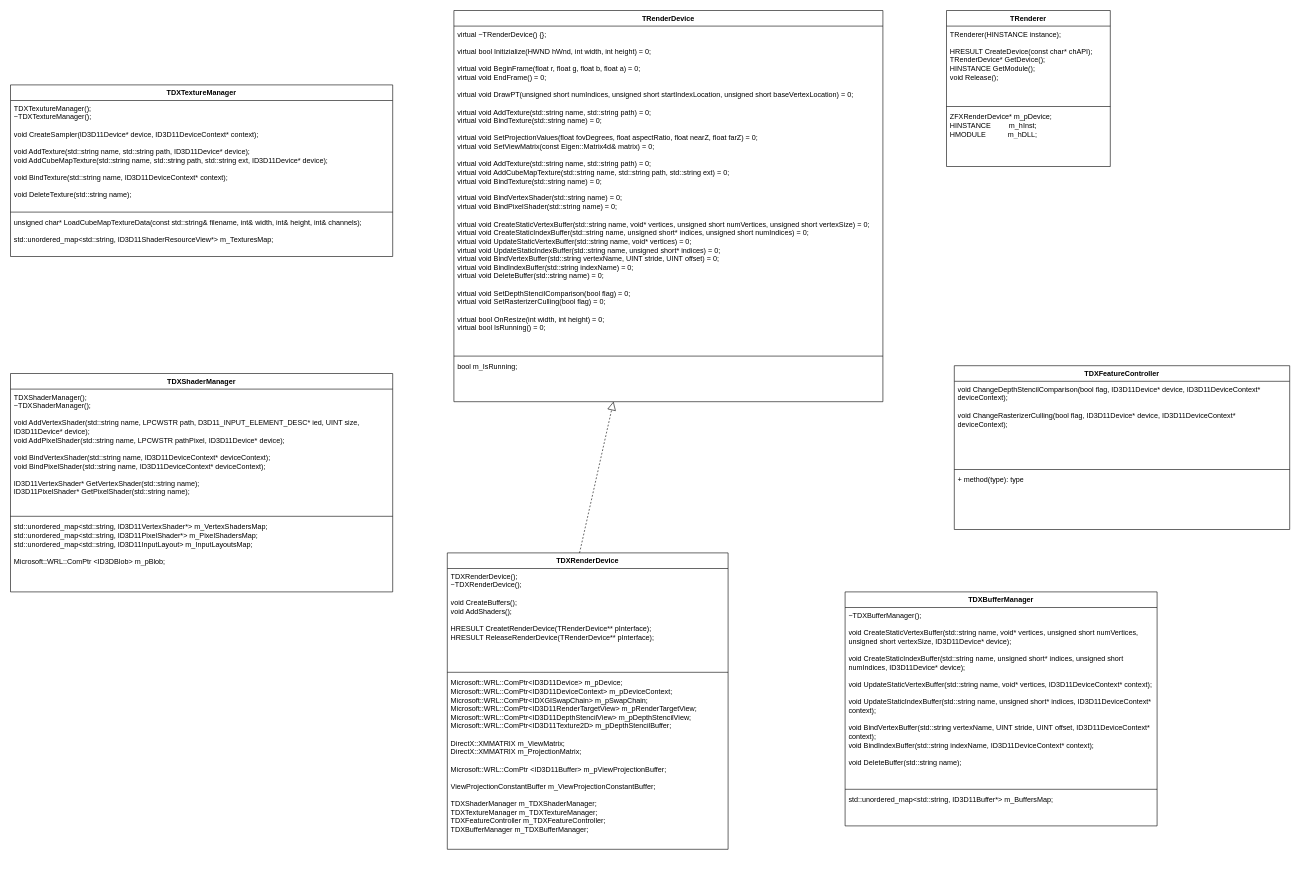
Above: UML/TRenderer.drawio in f1oating/TRender (draw.io), before the change. Source tidied: cells renumbered, new cells numbered last; positions are measured from the earlier drawing's top-left corner, leaving out a move shared by most shapes. Both pictures are drawn from the tidied source at 60%, with x=0, y=0 at pixel (10, 10).
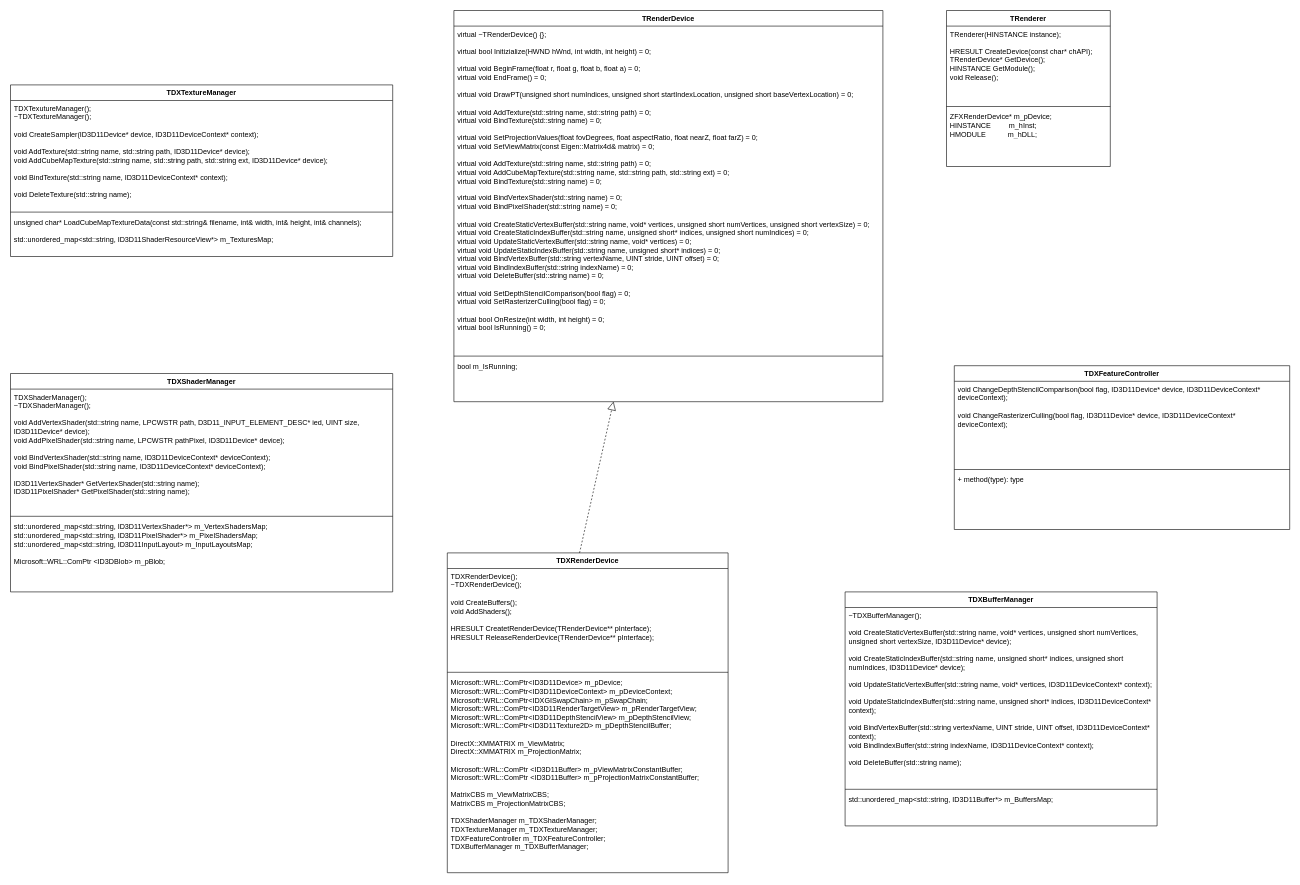
Above is the later version.

Change to the diagram source:
```diff
@@
     <mxCell id="7" value="TDXRenderDevice" style="swimlane;fontStyle=1;align=center;verticalAlign=top;horizontal=1;startSize=26;whiteSpace=wrap;html=1;" parent="1" vertex="1">
-      <mxGeometry x="728" y="904" width="468" height="494" as="geometry" />
+      <mxGeometry x="728" y="904" width="468" height="533" as="geometry" />
     </mxCell>
@@
-    <mxCell id="10" value="&lt;div&gt;Microsoft::WRL::ComPtr&amp;lt;ID3D11Device&amp;gt; m_pDevice; Microsoft::WRL::ComPtr&amp;lt;ID3D11DeviceContext&amp;gt; m_pDeviceContext; Microsoft::WRL::ComPtr&amp;lt;IDXGISwapChain&amp;gt; m_pSwapChain; Microsoft::WRL::ComPtr&amp;lt;ID3D11RenderTargetView&amp;gt; m_pRenderTargetView; Microsoft::WRL::ComPtr&amp;lt;ID3D11DepthStencilView&amp;gt; m_pDepthStencilView; Microsoft::WRL::ComPtr&amp;lt;ID3D11Texture2D&amp;gt; m_pDepthStencilBuffer;&lt;/div&gt;&lt;div&gt;&lt;br&gt;&lt;/div&gt;&lt;div&gt;DirectX::XMMATRIX m_ViewMatrix;&lt;br&gt;DirectX::XMMATRIX m_ProjectionMatrix;&lt;br&gt;&lt;/div&gt;&lt;div&gt;&lt;br&gt;&lt;/div&gt;Microsoft::WRL::ComPtr &amp;lt;ID3D11Buffer&amp;gt; m_pViewProjectionBuffer;&lt;br&gt;&lt;br&gt;ViewProjectionConstantBuffer m_ViewProjectionConstantBuffer;&lt;br&gt;&lt;br&gt;TDXShaderManager m_TDXShaderManager;&lt;br&gt;TDXTextureManager m_TDXTextureManager;&lt;br&gt;TDXFeatureController m_TDXFeatureController;&lt;br&gt;TDXBufferManager m_TDXBufferManager;" style="text;strokeColor=none;fillColor=none;align=left;verticalAlign=top;spacingLeft=4;spacingRight=4;overflow=hidden;whiteSpace=wrap;html=1;" parent="7" vertex="1">
-      <mxGeometry y="203" width="468" height="291" as="geometry" />
+    <mxCell id="10" value="&lt;div&gt;Microsoft::WRL::ComPtr&amp;lt;ID3D11Device&amp;gt; m_pDevice; Microsoft::WRL::ComPtr&amp;lt;ID3D11DeviceContext&amp;gt; m_pDeviceContext; Microsoft::WRL::ComPtr&amp;lt;IDXGISwapChain&amp;gt; m_pSwapChain; Microsoft::WRL::ComPtr&amp;lt;ID3D11RenderTargetView&amp;gt; m_pRenderTargetView; Microsoft::WRL::ComPtr&amp;lt;ID3D11DepthStencilView&amp;gt; m_pDepthStencilView; Microsoft::WRL::ComPtr&amp;lt;ID3D11Texture2D&amp;gt; m_pDepthStencilBuffer;&lt;/div&gt;&lt;div&gt;&lt;br&gt;&lt;/div&gt;DirectX::XMMATRIX m_ViewMatrix;&lt;br&gt;DirectX::XMMATRIX m_ProjectionMatrix;&lt;br&gt;&lt;br&gt;Microsoft::WRL::ComPtr &amp;lt;ID3D11Buffer&amp;gt; m_pViewMatrixConstantBuffer;&lt;br&gt;Microsoft::WRL::ComPtr &amp;lt;ID3D11Buffer&amp;gt; m_pProjectionMatrixConstantBuffer;&lt;br&gt;&lt;br&gt;MatrixCBS m_ViewMatrixCBS;&lt;br&gt;MatrixCBS m_ProjectionMatrixCBS;&lt;br&gt;&lt;br&gt;TDXShaderManager m_TDXShaderManager;&lt;br&gt;TDXTextureManager m_TDXTextureManager;&lt;br&gt;TDXFeatureController m_TDXFeatureController;&lt;br&gt;TDXBufferManager m_TDXBufferManager;" style="text;strokeColor=none;fillColor=none;align=left;verticalAlign=top;spacingLeft=4;spacingRight=4;overflow=hidden;whiteSpace=wrap;html=1;" parent="7" vertex="1">
+      <mxGeometry y="203" width="468" height="330" as="geometry" />
     </mxCell>
```
